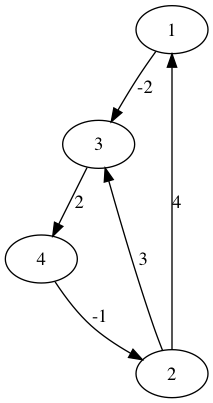
matvamo/FloydWarshall keeps this Graphviz diagram as Graphs/graph2.png. Above is the earlier version. Its source is kept beside it as Graphs/graph2.dot.
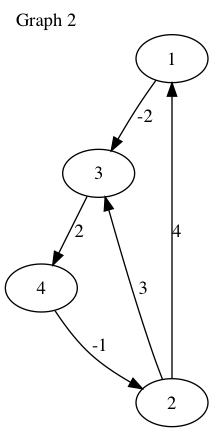
Above is the later version.

Commit message:
Edit graph dotfiles and images to include caption

The edit, as a diff of the source:
```diff
@@ -1,4 +1,7 @@
 digraph {
+    label="Graph 2";
+    labelloc=top;
+    labeljust=left;
     1 -> 3[label="-2", weight="-2"];
     2 -> 1[label="4", weight="4"];
     2 -> 3[label="3", weight="3"];
```
